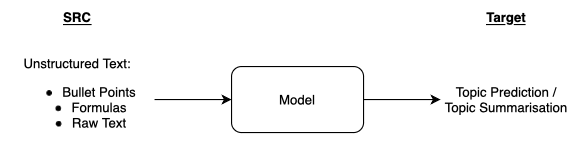
The draw.io diagram notebooks/dataexploration/images/Model-Goal.png in Ankinator/ankinator-flashcard-models, before a commit. Source tidied: cells renumbered, new cells last; positions are measured from the earlier drawing's top-left corner, leaving out a move shared by most shapes. Its diagram source:
```xml
<mxGraphModel>
  <root>
    <mxCell id="0" />
    <mxCell id="1" parent="0" />
    <mxCell id="2" style="edgeStyle=orthogonalEdgeStyle;rounded=0;jettySize=auto;html=1;exitX=1;exitY=0.5;exitDx=0;exitDy=0;entryX=0;entryY=0.5;entryDx=0;entryDy=0;" parent="1" edge="1" source="3" target="5">
      <mxGeometry relative="1" as="geometry" />
    </mxCell>
    <mxCell id="3" value="Unstructured Text:&lt;br&gt;&lt;ul&gt;&lt;li&gt;Bullet Points&lt;br&gt;&lt;/li&gt;&lt;li&gt;Formulas&lt;/li&gt;&lt;li&gt;Raw Text&lt;/li&gt;&lt;/ul&gt;" style="text;html=1;strokeColor=none;fillColor=none;align=center;verticalAlign=middle;whiteSpace=wrap;rounded=0;" parent="1" vertex="1">
      <mxGeometry y="50" width="140" height="80" as="geometry" />
    </mxCell>
    <mxCell id="4" style="edgeStyle=orthogonalEdgeStyle;rounded=0;jettySize=auto;html=1;exitX=1;exitY=0.5;exitDx=0;exitDy=0;" parent="1" edge="1" source="5" target="6">
      <mxGeometry relative="1" as="geometry" />
    </mxCell>
    <mxCell id="5" value="Model" style="rounded=1;whiteSpace=wrap;html=1;" parent="1" vertex="1">
      <mxGeometry x="210" y="60" width="120" height="60" as="geometry" />
    </mxCell>
    <mxCell id="6" value="Topic Prediction / Topic Summarisation" style="text;html=1;strokeColor=none;fillColor=none;align=center;verticalAlign=middle;whiteSpace=wrap;rounded=0;" parent="1" vertex="1">
      <mxGeometry x="400" y="62.5" width="120" height="55" as="geometry" />
    </mxCell>
    <mxCell id="7" value="&lt;b&gt;&lt;u&gt;SRC&lt;/u&gt;&lt;/b&gt;" style="text;html=1;strokeColor=none;fillColor=none;align=center;verticalAlign=middle;whiteSpace=wrap;rounded=0;" parent="1" vertex="1">
      <mxGeometry x="40" width="60" height="30" as="geometry" />
    </mxCell>
    <mxCell id="8" value="&lt;b&gt;&lt;u&gt;Target&lt;/u&gt;&lt;/b&gt;" style="text;html=1;strokeColor=none;fillColor=none;align=center;verticalAlign=middle;whiteSpace=wrap;rounded=0;" parent="1" vertex="1">
      <mxGeometry x="430" width="60" height="30" as="geometry" />
    </mxCell>
  </root>
</mxGraphModel>
```
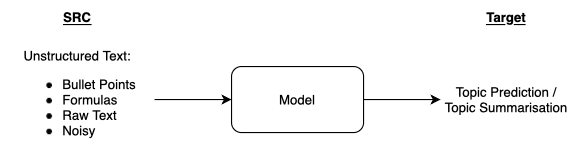
After the change.

Commit message:
Update Model goal

Change to the diagram source:
```diff
@@ -5,7 +5,7 @@
     <mxCell id="2" style="edgeStyle=orthogonalEdgeStyle;rounded=0;jettySize=auto;html=1;exitX=1;exitY=0.5;exitDx=0;exitDy=0;entryX=0;entryY=0.5;entryDx=0;entryDy=0;" parent="1" edge="1" source="3" target="5">
       <mxGeometry relative="1" as="geometry" />
     </mxCell>
-    <mxCell id="3" value="Unstructured Text:&lt;br&gt;&lt;ul&gt;&lt;li&gt;Bullet Points&lt;br&gt;&lt;/li&gt;&lt;li&gt;Formulas&lt;/li&gt;&lt;li&gt;Raw Text&lt;/li&gt;&lt;/ul&gt;" style="text;html=1;strokeColor=none;fillColor=none;align=center;verticalAlign=middle;whiteSpace=wrap;rounded=0;" parent="1" vertex="1">
+    <mxCell id="3" value="Unstructured Text:&lt;br&gt;&lt;ul&gt;&lt;li style=&quot;text-align: left;&quot;&gt;Bullet Points&lt;br&gt;&lt;/li&gt;&lt;li style=&quot;text-align: left;&quot;&gt;Formulas&lt;/li&gt;&lt;li style=&quot;text-align: left;&quot;&gt;Raw Text&lt;/li&gt;&lt;li style=&quot;text-align: left;&quot;&gt;Noisy&lt;/li&gt;&lt;/ul&gt;" style="text;html=1;strokeColor=none;fillColor=none;align=center;verticalAlign=middle;whiteSpace=wrap;rounded=0;" parent="1" vertex="1">
       <mxGeometry y="50" width="140" height="80" as="geometry" />
     </mxCell>
     <mxCell id="4" style="edgeStyle=orthogonalEdgeStyle;rounded=0;jettySize=auto;html=1;exitX=1;exitY=0.5;exitDx=0;exitDy=0;" parent="1" edge="1" source="5" target="6">
```
